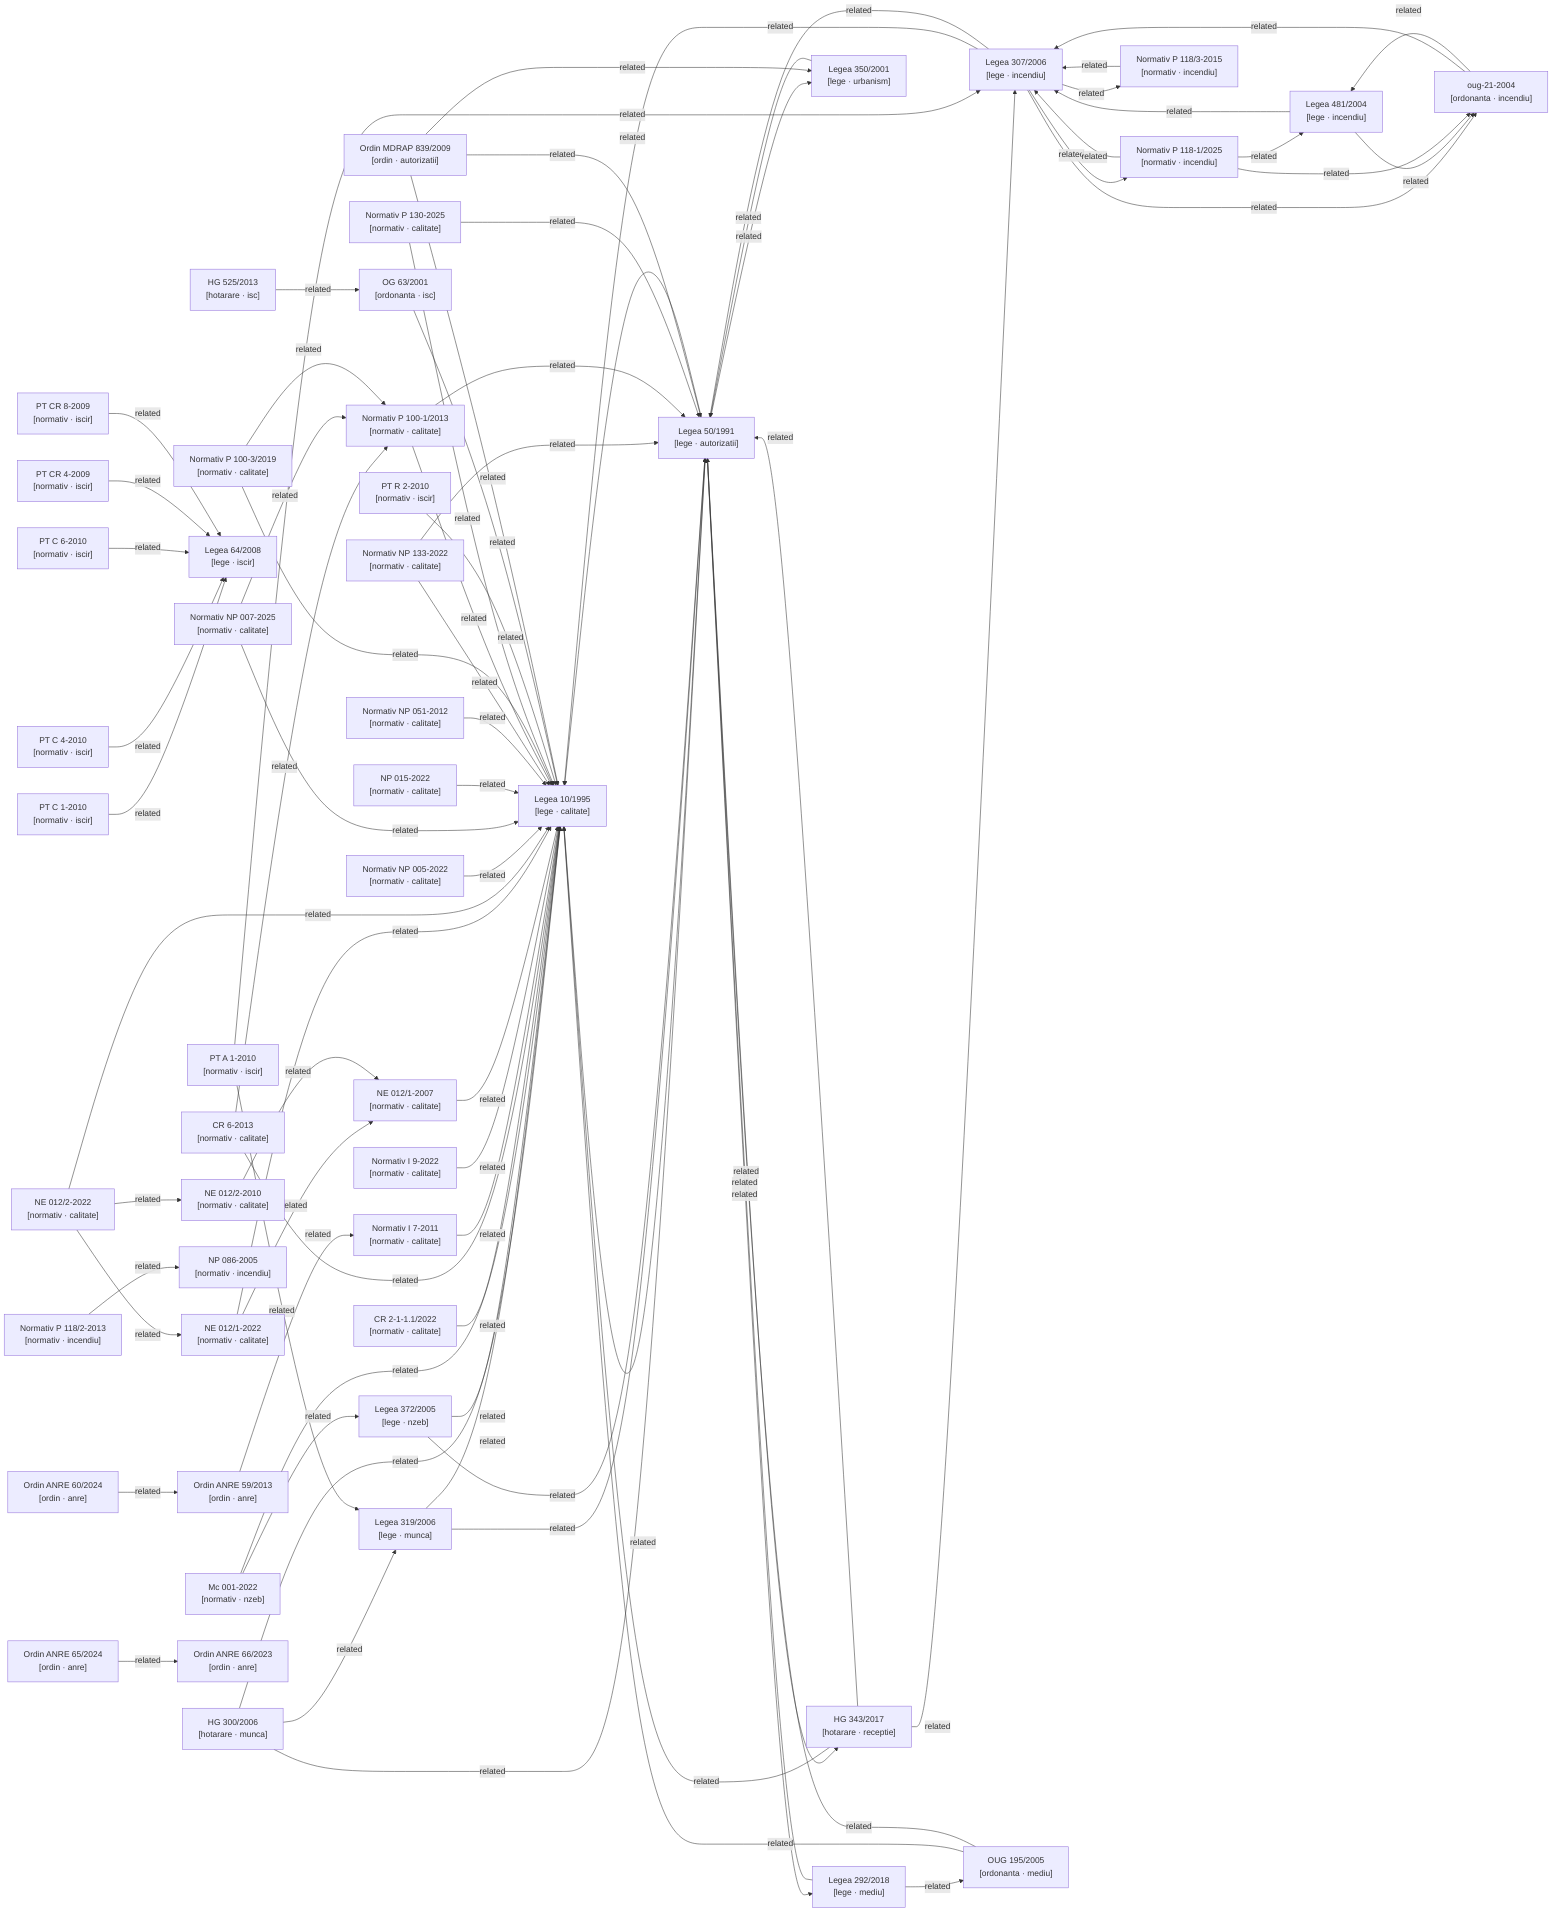
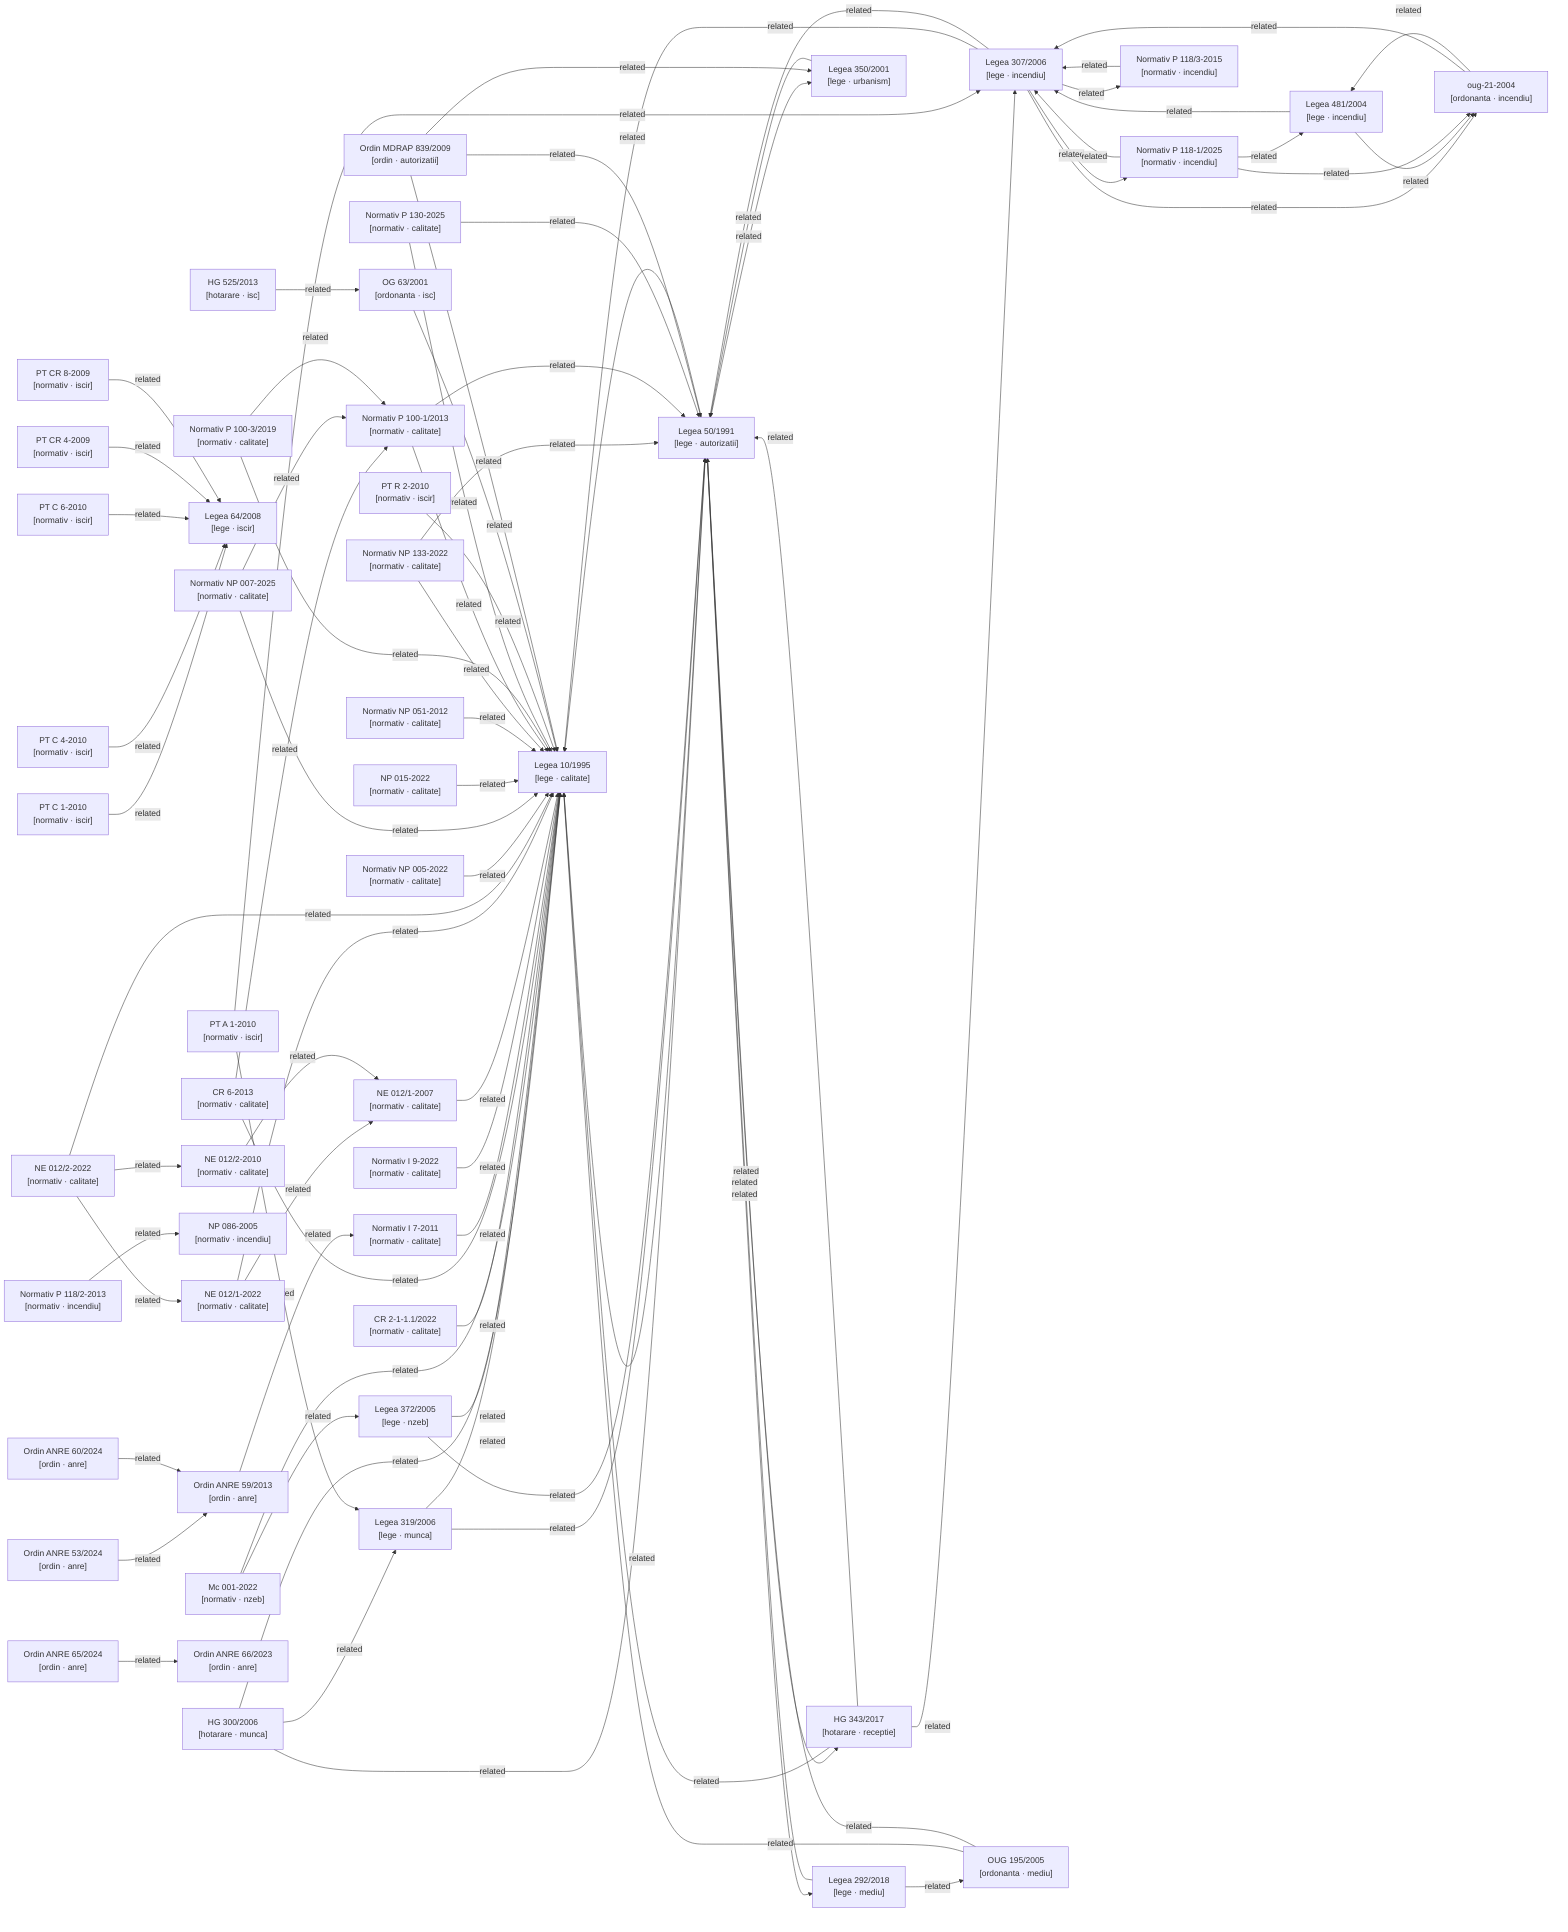
graph LR

  %% Nodes
  hg-300-2006["HG 300/2006\n[hotarare · munca]"]
  hg-343-2017["HG 343/2017\n[hotarare · receptie]"]
  hg-525-2013["HG 525/2013\n[hotarare · isc]"]
  lege-10-1995["Legea 10/1995\n[lege · calitate]"]
  lege-292-2018["Legea 292/2018\n[lege · mediu]"]
  lege-307-2006["Legea 307/2006\n[lege · incendiu]"]
  lege-319-2006["Legea 319/2006\n[lege · munca]"]
  lege-350-2001["Legea 350/2001\n[lege · urbanism]"]
  lege-372-2005["Legea 372/2005\n[lege · nzeb]"]
  lege-481-2004["Legea 481/2004\n[lege · incendiu]"]
  lege-50-1991["Legea 50/1991\n[lege · autorizatii]"]
  lege-64-2008["Legea 64/2008\n[lege · iscir]"]
  metodologie-mc001-2022["Mc 001-2022\n[normativ · nzeb]"]
  normativ-cr2-1-1-1-2022["CR 2-1-1.1/2022\n[normativ · calitate]"]
  normativ-cr6-2013["CR 6-2013\n[normativ · calitate]"]
  normativ-i7-2011["Normativ I 7-2011\n[normativ · calitate]"]
  normativ-i9-2022["Normativ I 9-2022\n[normativ · calitate]"]
  normativ-ne012-1-2007["NE 012/1-2007\n[normativ · calitate]"]
  normativ-ne012-1-2022["NE 012/1-2022\n[normativ · calitate]"]
  normativ-ne012-2-2010["NE 012/2-2010\n[normativ · calitate]"]
  normativ-ne012-2-2022["NE 012/2-2022\n[normativ · calitate]"]
  normativ-np005-2022["Normativ NP 005-2022\n[normativ · calitate]"]
  normativ-np007-2025["Normativ NP 007-2025\n[normativ · calitate]"]
  normativ-np015-2022["NP 015-2022\n[normativ · calitate]"]
  normativ-np051-2012["Normativ NP 051-2012\n[normativ · calitate]"]
  normativ-np086-2005["NP 086-2005\n[normativ · incendiu]"]
  normativ-np133-2022["Normativ NP 133-2022\n[normativ · calitate]"]
  normativ-p100-1-2013["Normativ P 100-1/2013\n[normativ · calitate]"]
  normativ-p100-3-2019["Normativ P 100-3/2019\n[normativ · calitate]"]
  normativ-p118-1-2025["Normativ P 118-1/2025\n[normativ · incendiu]"]
  normativ-p118-2-2013["Normativ P 118/2-2013\n[normativ · incendiu]"]
  normativ-p118-3-2015["Normativ P 118/3-2015\n[normativ · incendiu]"]
  normativ-p130-2025["Normativ P 130-2025\n[normativ · calitate]"]
  normativ-pt-a1-2010["PT A 1-2010\n[normativ · iscir]"]
  normativ-pt-c1-2010["PT C 1-2010\n[normativ · iscir]"]
  normativ-pt-c4-2010["PT C 4-2010\n[normativ · iscir]"]
  normativ-pt-c6-2010["PT C 6-2010\n[normativ · iscir]"]
  normativ-pt-cr4-2009["PT CR 4-2009\n[normativ · iscir]"]
  normativ-pt-cr8-2009["PT CR 8-2009\n[normativ · iscir]"]
  normativ-pt-r2-2010["PT R 2-2010\n[normativ · iscir]"]
  og-63-2001["OG 63/2001\n[ordonanta · isc]"]
  ordin-839-2009["Ordin MDRAP 839/2009\n[ordin · autorizatii]"]
+   ordin-anre-53-2024["Ordin ANRE 53/2024\n[ordin · anre]"]
  ordin-anre-59-2013["Ordin ANRE 59/2013\n[ordin · anre]"]
  ordin-anre-60-2024["Ordin ANRE 60/2024\n[ordin · anre]"]
  ordin-anre-65-2024["Ordin ANRE 65/2024\n[ordin · anre]"]
  ordin-anre-66-2023["Ordin ANRE 66/2023\n[ordin · anre]"]
  oug-195-2005["OUG 195/2005\n[ordonanta · mediu]"]
  oug-21-2004["oug-21-2004\n[ordonanta · incendiu]"]

  %% Confirmed relationships (from metadata related_acts)
  hg-300-2006 -->|related| lege-10-1995
  hg-300-2006 -->|related| lege-319-2006
  hg-300-2006 -->|related| lege-50-1991
  hg-343-2017 -->|related| lege-10-1995
  hg-343-2017 -->|related| lege-307-2006
  hg-343-2017 -->|related| lege-50-1991
  hg-525-2013 -->|related| og-63-2001
  lege-10-1995 -->|related| lege-50-1991
  lege-292-2018 -->|related| lege-50-1991
  lege-292-2018 -->|related| oug-195-2005
  lege-307-2006 -->|related| lege-10-1995
  lege-307-2006 -->|related| lege-50-1991
  lege-307-2006 -->|related| normativ-p118-1-2025
  lege-307-2006 -->|related| normativ-p118-3-2015
  lege-307-2006 -->|related| oug-21-2004
  lege-319-2006 -->|related| lege-10-1995
  lege-319-2006 -->|related| lege-50-1991
  lege-350-2001 -->|related| lege-50-1991
  lege-372-2005 -->|related| lege-10-1995
  lege-372-2005 -->|related| lege-50-1991
  lege-481-2004 -->|related| lege-307-2006
  lege-481-2004 -->|related| oug-21-2004
  lege-50-1991 -->|related| hg-343-2017
  lege-50-1991 -->|related| lege-10-1995
  lege-50-1991 -->|related| lege-292-2018
  lege-50-1991 -->|related| lege-350-2001
  metodologie-mc001-2022 -->|related| lege-10-1995
  metodologie-mc001-2022 -->|related| lege-372-2005
  normativ-cr2-1-1-1-2022 -->|related| lege-10-1995
  normativ-cr6-2013 -->|related| lege-10-1995
  normativ-cr6-2013 -->|related| normativ-p100-1-2013
  normativ-i7-2011 -->|related| lege-10-1995
  normativ-i9-2022 -->|related| lege-10-1995
  normativ-ne012-1-2007 -->|related| lege-10-1995
  normativ-ne012-1-2022 -->|related| lege-10-1995
  normativ-ne012-1-2022 -->|related| normativ-ne012-1-2007
  normativ-ne012-2-2010 -->|related| normativ-ne012-1-2007
  normativ-ne012-2-2022 -->|related| lege-10-1995
  normativ-ne012-2-2022 -->|related| normativ-ne012-1-2022
  normativ-ne012-2-2022 -->|related| normativ-ne012-2-2010
  normativ-np005-2022 -->|related| lege-10-1995
  normativ-np007-2025 -->|related| lege-10-1995
  normativ-np007-2025 -->|related| normativ-p100-1-2013
  normativ-np015-2022 -->|related| lege-10-1995
  normativ-np051-2012 -->|related| lege-10-1995
  normativ-np133-2022 -->|related| lege-10-1995
  normativ-np133-2022 -->|related| lege-50-1991
  normativ-p100-1-2013 -->|related| lege-10-1995
  normativ-p100-1-2013 -->|related| lege-50-1991
  normativ-p100-3-2019 -->|related| lege-10-1995
  normativ-p100-3-2019 -->|related| normativ-p100-1-2013
  normativ-p118-1-2025 -->|related| lege-307-2006
  normativ-p118-1-2025 -->|related| lege-481-2004
  normativ-p118-1-2025 -->|related| oug-21-2004
  normativ-p118-2-2013 -->|related| normativ-np086-2005
  normativ-p118-3-2015 -->|related| lege-307-2006
  normativ-p130-2025 -->|related| lege-10-1995
  normativ-p130-2025 -->|related| lege-50-1991
  normativ-pt-a1-2010 -->|related| lege-307-2006
  normativ-pt-a1-2010 -->|related| lege-319-2006
  normativ-pt-c1-2010 -->|related| lege-64-2008
  normativ-pt-c4-2010 -->|related| lege-64-2008
  normativ-pt-c6-2010 -->|related| lege-64-2008
  normativ-pt-cr4-2009 -->|related| lege-64-2008
  normativ-pt-cr8-2009 -->|related| lege-64-2008
  normativ-pt-r2-2010 -->|related| lege-10-1995
  og-63-2001 -->|related| lege-10-1995
  ordin-839-2009 -->|related| lege-10-1995
  ordin-839-2009 -->|related| lege-350-2001
  ordin-839-2009 -->|related| lege-50-1991
+   ordin-anre-53-2024 -->|related| ordin-anre-59-2013
  ordin-anre-59-2013 -->|related| normativ-i7-2011
  ordin-anre-60-2024 -->|related| ordin-anre-59-2013
  ordin-anre-65-2024 -->|related| ordin-anre-66-2023
  oug-195-2005 -->|related| lege-10-1995
  oug-195-2005 -->|related| lege-50-1991
  oug-21-2004 -->|related| lege-307-2006
  oug-21-2004 -->|related| lege-481-2004

  %% Auto-detected relationships (needs_review)
